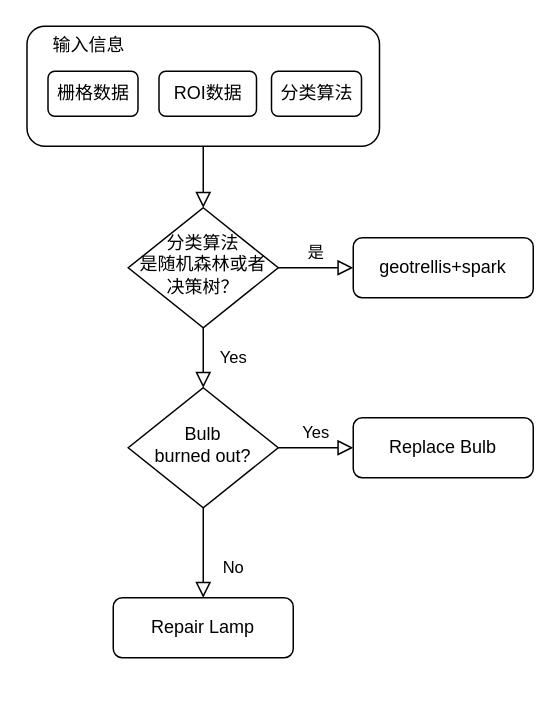
Above: 监督分类.drawio in ninexy/SpringcloudConfig-1 (draw.io), before the change. Source tidied: cells renumbered, new cells numbered last; positions are measured from the earlier drawing's top-left corner, leaving out a move shared by most shapes. Both pictures are drawn from the tidied source at 150%, with x=0, y=0 at pixel (26, 26).
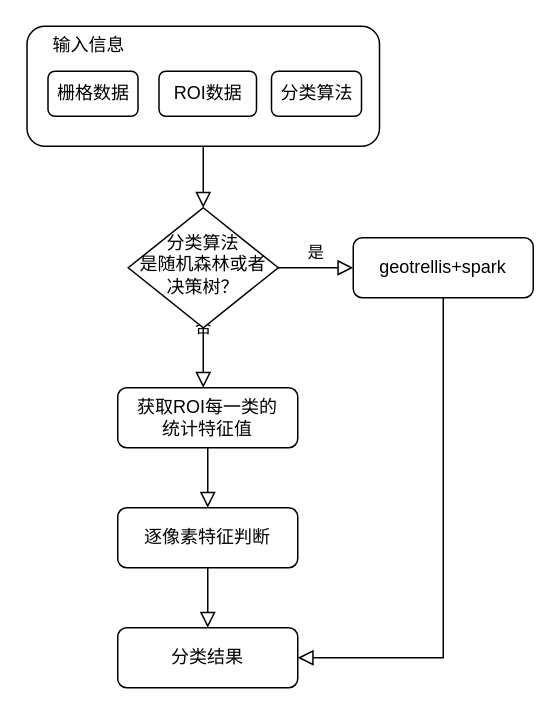
The same diagram, later.

What changed in the source:
```diff
@@
 <mxGraphModel>
   <root>
     <mxCell id="0" />
     <mxCell id="1" parent="0" />
     <mxCell id="2" style="rounded=0;html=1;jettySize=auto;fontSize=11;endArrow=block;endFill=0;endSize=8;strokeWidth=1;shadow=0;labelBackgroundColor=none;edgeStyle=orthogonalEdgeStyle;exitX=0.5;exitY=1;exitDx=0;exitDy=0;" parent="1" edge="1" source="12" target="5">
       <mxGeometry relative="1" as="geometry" />
     </mxCell>
-    <mxCell id="3" value="Yes" style="rounded=0;html=1;jettySize=auto;fontSize=11;endArrow=block;endFill=0;endSize=8;strokeWidth=1;shadow=0;labelBackgroundColor=none;edgeStyle=orthogonalEdgeStyle;" parent="1" edge="1" source="5" target="9">
-      <mxGeometry y="20" relative="1" as="geometry" />
+    <mxCell id="3" value="否" style="rounded=0;html=1;jettySize=auto;fontSize=11;endArrow=block;endFill=0;endSize=8;strokeWidth=1;shadow=0;labelBackgroundColor=none;edgeStyle=orthogonalEdgeStyle;" parent="1" edge="1" source="5">
+      <mxGeometry y="20" relative="1" as="geometry">
+        <mxPoint x="118" y="241" as="targetPoint" />
+      </mxGeometry>
     </mxCell>
     <mxCell id="4" value="是" style="edgeStyle=orthogonalEdgeStyle;rounded=0;html=1;jettySize=auto;fontSize=11;endArrow=block;endFill=0;endSize=8;strokeWidth=1;shadow=0;labelBackgroundColor=none;" parent="1" edge="1" source="5" target="6">
       <mxGeometry y="10" relative="1" as="geometry" />
     </mxCell>
     <mxCell id="5" value="分类算法&lt;br&gt;是随机森林或者决策树？" style="rhombus;whiteSpace=wrap;html=1;shadow=0;fontFamily=Helvetica;fontSize=12;align=center;strokeWidth=1;spacing=6;spacingTop=-4;" parent="1" vertex="1">
       <mxGeometry x="68" y="121" width="100" height="80" as="geometry" />
     </mxCell>
+    <mxCell id="17" style="edgeStyle=orthogonalEdgeStyle;rounded=0;jettySize=auto;html=1;exitX=0.5;exitY=1;exitDx=0;exitDy=0;entryX=1;entryY=0.5;entryDx=0;entryDy=0;shadow=0;labelBackgroundColor=none;endArrow=block;endFill=0;endSize=8;strokeWidth=1;" parent="1" edge="1" source="6" target="11">
+      <mxGeometry relative="1" as="geometry" />
+    </mxCell>
     <mxCell id="6" value="geotrellis+spark" style="rounded=1;whiteSpace=wrap;html=1;fontSize=12;glass=0;strokeWidth=1;shadow=0;" parent="1" vertex="1">
       <mxGeometry x="218" y="141" width="120" height="40" as="geometry" />
     </mxCell>
-    <mxCell id="7" value="No" style="rounded=0;html=1;jettySize=auto;fontSize=11;endArrow=block;endFill=0;endSize=8;strokeWidth=1;shadow=0;labelBackgroundColor=none;edgeStyle=orthogonalEdgeStyle;" parent="1" edge="1" source="9" target="10">
-      <mxGeometry x="0.33" y="20" relative="1" as="geometry" />
-    </mxCell>
-    <mxCell id="8" value="Yes" style="edgeStyle=orthogonalEdgeStyle;rounded=0;html=1;jettySize=auto;fontSize=11;endArrow=block;endFill=0;endSize=8;strokeWidth=1;shadow=0;labelBackgroundColor=none;" parent="1" edge="1" source="9" target="11">
-      <mxGeometry y="10" relative="1" as="geometry" />
-    </mxCell>
-    <mxCell id="9" value="Bulb&lt;br&gt;burned out?" style="rhombus;whiteSpace=wrap;html=1;shadow=0;fontFamily=Helvetica;fontSize=12;align=center;strokeWidth=1;spacing=6;spacingTop=-4;" parent="1" vertex="1">
-      <mxGeometry x="68" y="241" width="100" height="80" as="geometry" />
-    </mxCell>
+    <mxCell id="18" style="edgeStyle=orthogonalEdgeStyle;rounded=0;jettySize=auto;html=1;exitX=0.5;exitY=1;exitDx=0;exitDy=0;entryX=0.5;entryY=0;entryDx=0;entryDy=0;shadow=0;labelBackgroundColor=none;endArrow=block;endFill=0;endSize=8;strokeWidth=1;" parent="1" edge="1" source="10" target="11">
+      <mxGeometry relative="1" as="geometry" />
+    </mxCell>
-    <mxCell id="10" value="Repair Lamp" style="rounded=1;whiteSpace=wrap;html=1;fontSize=12;glass=0;strokeWidth=1;shadow=0;" parent="1" vertex="1">
-      <mxGeometry x="58" y="381" width="120" height="40" as="geometry" />
+    <mxCell id="10" value="逐像素特征判断" style="rounded=1;whiteSpace=wrap;html=1;fontSize=12;glass=0;strokeWidth=1;shadow=0;" parent="1" vertex="1">
+      <mxGeometry x="61" y="321" width="120" height="40" as="geometry" />
     </mxCell>
-    <mxCell id="11" value="Replace Bulb" style="rounded=1;whiteSpace=wrap;html=1;fontSize=12;glass=0;strokeWidth=1;shadow=0;" parent="1" vertex="1">
-      <mxGeometry x="218" y="261" width="120" height="40" as="geometry" />
+    <mxCell id="11" value="分类结果" style="rounded=1;whiteSpace=wrap;html=1;fontSize=12;glass=0;strokeWidth=1;shadow=0;" parent="1" vertex="1">
+      <mxGeometry x="61" y="401" width="120" height="40" as="geometry" />
     </mxCell>
     <mxCell id="12" style="rounded=1;whiteSpace=wrap;html=1;fontSize=12;glass=0;strokeWidth=1;shadow=0;align=left;fillColor=none;" parent="1" vertex="1">
       <mxGeometry x="0.5" width="235" height="80" as="geometry" />
     </mxCell>
     <mxCell id="13" value="输入信息" style="text;html=1;strokeColor=none;fillColor=none;align=center;verticalAlign=middle;whiteSpace=wrap;rounded=0;" parent="1" vertex="1">
       <mxGeometry x="6.5" y="3" width="70" height="20" as="geometry" />
     </mxCell>
     <mxCell id="14" value="栅格数据" style="rounded=1;whiteSpace=wrap;html=1;" parent="1" vertex="1">
       <mxGeometry x="14.5" y="30" width="60" height="30" as="geometry" />
     </mxCell>
     <mxCell id="15" value="ROI数据" style="rounded=1;whiteSpace=wrap;html=1;" parent="1" vertex="1">
       <mxGeometry x="88.5" y="30" width="65" height="30" as="geometry" />
     </mxCell>
     <mxCell id="16" value="分类算法" style="rounded=1;whiteSpace=wrap;html=1;" parent="1" vertex="1">
       <mxGeometry x="163.5" y="30" width="60" height="30" as="geometry" />
     </mxCell>
+    <mxCell id="19" style="edgeStyle=orthogonalEdgeStyle;rounded=0;jettySize=auto;html=1;exitX=0.5;exitY=1;exitDx=0;exitDy=0;entryX=0.5;entryY=0;entryDx=0;entryDy=0;shadow=0;labelBackgroundColor=none;endArrow=block;endFill=0;endSize=8;strokeWidth=1;" parent="1" edge="1" source="20" target="10">
+      <mxGeometry relative="1" as="geometry" />
+    </mxCell>
+    <mxCell id="20" value="获取ROI每一类的&lt;br&gt;统计特征值" style="rounded=1;whiteSpace=wrap;html=1;fontSize=12;glass=0;strokeWidth=1;shadow=0;" parent="1" vertex="1">
+      <mxGeometry x="61" y="241" width="120" height="40" as="geometry" />
+    </mxCell>
   </root>
 </mxGraphModel>
```
